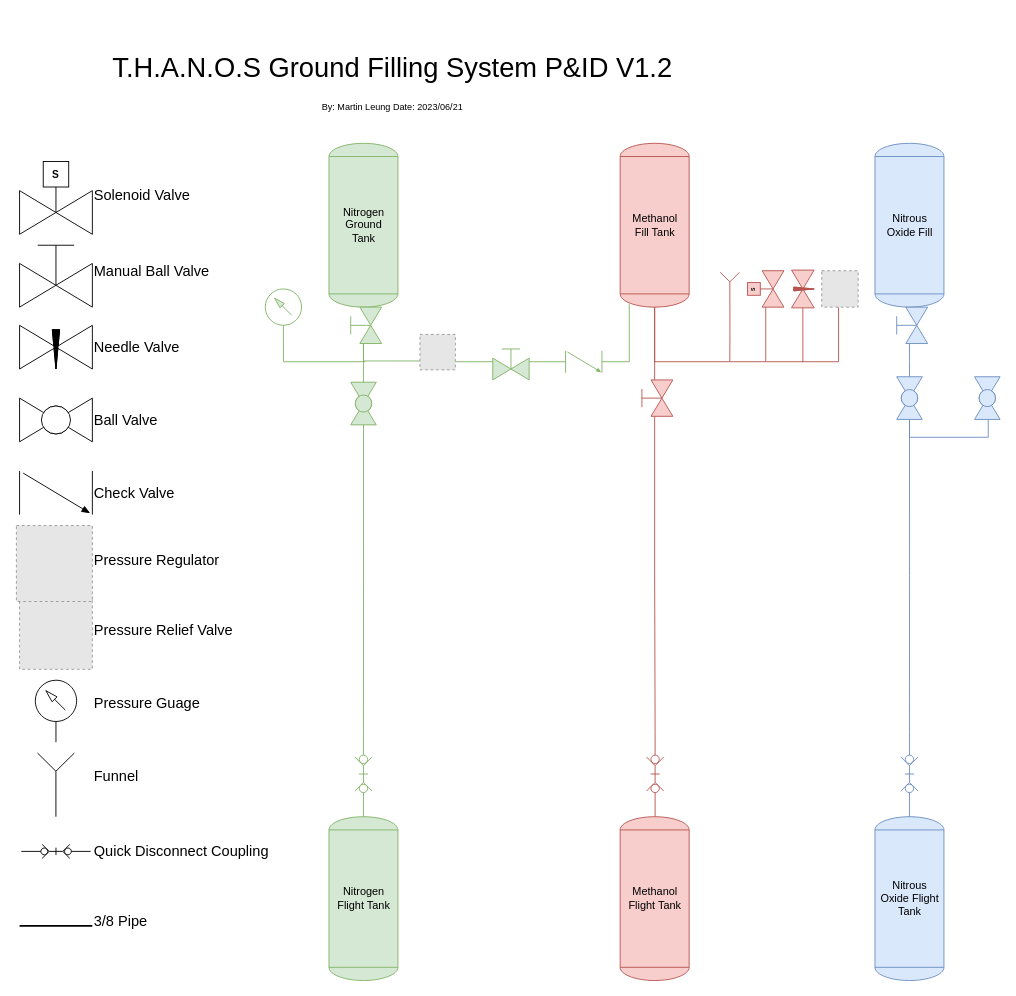
Above: GroundSystems.drawio in icl-rocketry/Propulsion-PIDs (draw.io), before the change. Source tidied: cells renumbered, new cells numbered last; positions are measured from the earlier drawing's top-left corner, leaving out a move shared by most shapes. Both pictures are drawn from the tidied source at 91%, with x=0, y=0 at pixel (15, 43). Pictures stored in the file or linked from it are replaced by grey dashed boxes.
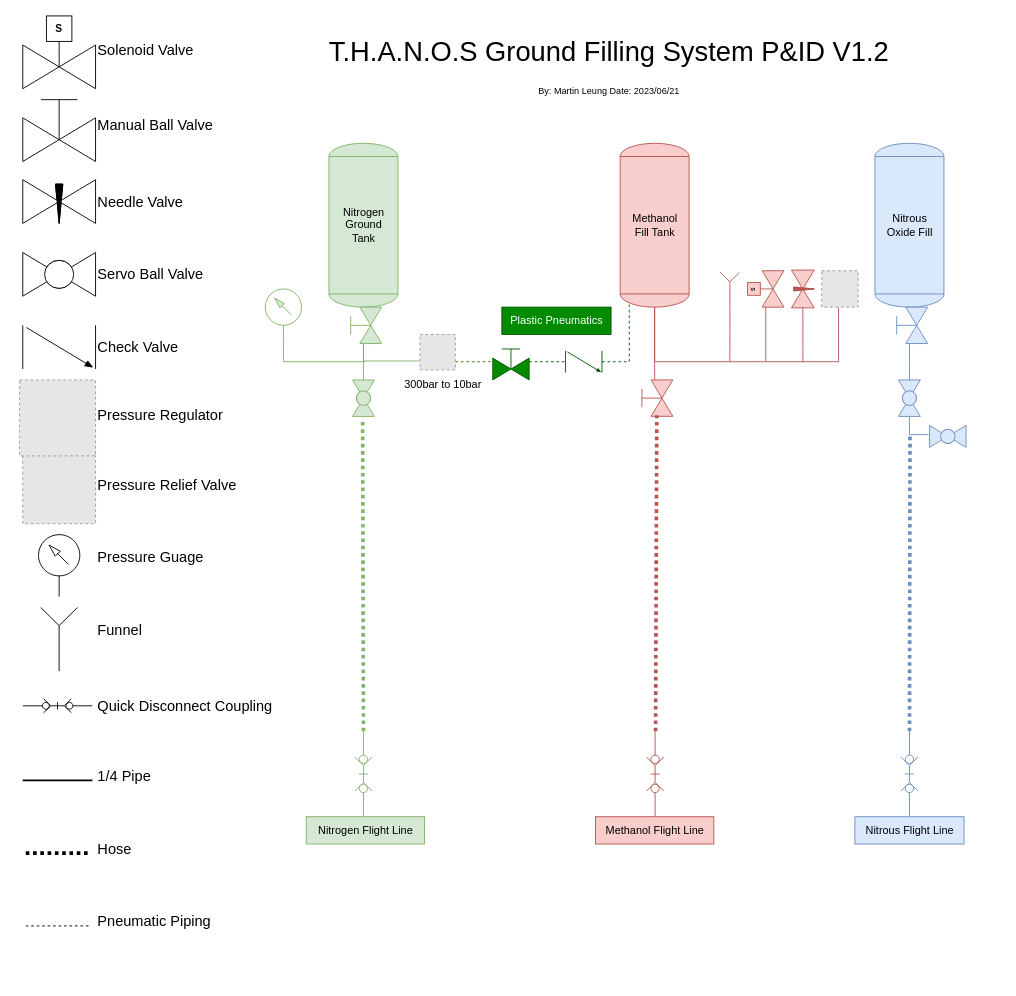
After the change.

The change refers to these unchanged cells:
```xml
<mxCell id="3" value="Methanol&lt;br&gt;Fill Tank" style="shape=mxgraph.pid.vessels.tank;html=1;align=center;verticalLabelPosition=middle;verticalAlign=middle;dashed=0;labelPosition=center;fillColor=#f8cecc;strokeColor=#b85450;" parent="1" vertex="1">
  <mxGeometry x="664" y="110" width="75.8" height="180" as="geometry" />
</mxCell>
<mxCell id="13" style="verticalLabelPosition=bottom;align=center;html=1;verticalAlign=top;dashed=0;shape=mxgraph.pid2valves.valve;valveType=gate;actuator=man;rotation=-90;fillColor=#d5e8d4;strokeColor=#82b366;" parent="1" vertex="1">
  <mxGeometry x="361.9" y="290" width="40" height="40" as="geometry" />
</mxCell>
<mxCell id="21" style="verticalLabelPosition=bottom;align=center;html=1;verticalAlign=top;dashed=0;shape=mxgraph.pid2valves.valve;valveType=gate;actuator=man;rotation=-90;fillColor=#f8cecc;strokeColor=#b85450;" parent="1" vertex="1">
  <mxGeometry x="681.9" y="370" width="40" height="40" as="geometry" />
</mxCell>
<mxCell id="29" style="fillColor=#E6E6E6;strokeColor=#999999;dashed=1;verticalLabelPosition=bottom;labelBackgroundColor=default;verticalAlign=top;" parent="1" vertex="1">
  <mxGeometry x="444" y="320" width="38.9" height="38.9" as="geometry" />
</mxCell>
<mxCell id="43" style="verticalLabelPosition=bottom;html=1;verticalAlign=top;fillColor=#d5e8d4;align=center;outlineConnect=0;shape=mxgraph.fluid_power.x11740;points=[[0.5,0,0],[0.5,1,0]];strokeColor=#82b366;" parent="1" vertex="1">
  <mxGeometry x="372.4" y="756.2" width="19" height="93.8" as="geometry" />
</mxCell>
<mxCell id="44" style="verticalLabelPosition=bottom;html=1;verticalAlign=top;fillColor=#f8cecc;align=center;outlineConnect=0;shape=mxgraph.fluid_power.x11740;points=[[0.5,0,0],[0.5,1,0]];strokeColor=#b85450;" parent="1" vertex="1">
  <mxGeometry x="692.9" y="756.2" width="19" height="93.8" as="geometry" />
</mxCell>
<mxCell id="45" style="verticalLabelPosition=bottom;html=1;verticalAlign=top;fillColor=#dae8fc;align=center;outlineConnect=0;shape=mxgraph.fluid_power.x11740;points=[[0.5,0,0],[0.5,1,0]];strokeColor=#6c8ebf;" parent="1" vertex="1">
  <mxGeometry x="972.4" y="756.2" width="19" height="93.8" as="geometry" />
</mxCell>
```

Diff of the diagram source:
```diff
@@
     <mxCell id="5" style="verticalLabelPosition=bottom;align=center;html=1;verticalAlign=top;dashed=0;shape=mxgraph.pid2valves.valve;valveType=check;rotation=0;" parent="1" vertex="1">
-      <mxGeometry x="4" y="470" width="80" height="48" as="geometry" />
+      <mxGeometry x="7.5" y="310" width="80" height="48" as="geometry" />
     </mxCell>
     <mxCell id="6" style="verticalLabelPosition=bottom;align=center;html=1;verticalAlign=top;dashed=0;shape=mxgraph.pid2valves.valve;valveType=gate;actuator=solenoid;rotation=0;" parent="1" vertex="1">
-      <mxGeometry x="4" y="130" width="80" height="80" as="geometry" />
+      <mxGeometry x="7.5" y="-30" width="80" height="80" as="geometry" />
     </mxCell>
     <mxCell id="7" style="endArrow=none;html=1;rounded=0;strokeWidth=2;" parent="1" edge="1">
       <mxGeometry relative="1" as="geometry">
-        <mxPoint x="4" y="970" as="sourcePoint" />
-        <mxPoint x="84" y="970" as="targetPoint" />
+        <mxPoint x="7.5" y="810" as="sourcePoint" />
+        <mxPoint x="84" y="810" as="targetPoint" />
       </mxGeometry>
     </mxCell>
     <mxCell id="8" value="Solenoid Valve" style="text;html=1;align=left;verticalAlign=middle;fontSize=16;" parent="1" vertex="1">
-      <mxGeometry x="84" y="151.9" width="130" height="30" as="geometry" />
+      <mxGeometry x="87.5" y="-8.1" width="130" height="30" as="geometry" />
     </mxCell>
     <mxCell id="9" value="Pressure Regulator" style="text;html=1;align=left;verticalAlign=middle;fontSize=16;" parent="1" vertex="1">
-      <mxGeometry x="84" y="553" width="160" height="30" as="geometry" />
+      <mxGeometry x="87.5" y="393" width="160" height="30" as="geometry" />
     </mxCell>
     <mxCell id="10" value="T.H.A.N.O.S Ground Filling System P&amp;amp;ID V1.2&lt;br style=&quot;font-size: 12px;&quot;&gt;&lt;font size=&quot;1&quot;&gt;By: Martin Leung Date: 2023/06/21&lt;br&gt;&lt;/font&gt;" style="text;html=1;strokeColor=none;fillColor=none;align=center;verticalAlign=middle;whiteSpace=wrap;rounded=0;fontSize=30;" parent="1" vertex="1">
-      <mxGeometry x="94" width="640" height="90" as="geometry" />
+      <mxGeometry x="332.4" y="-18.1" width="640" height="90" as="geometry" />
     </mxCell>
@@
+    <mxCell id="16" style="edgeStyle=orthogonalEdgeStyle;rounded=0;jettySize=auto;html=1;entryX=0.999;entryY=0.498;entryDx=0;entryDy=0;entryPerimeter=0;fillColor=#d5e8d4;strokeColor=#82b366;endArrow=none;endFill=0;" parent="1" edge="1" source="13" target="18">
+      <mxGeometry relative="1" as="geometry" />
+    </mxCell>
@@
-    <mxCell id="14" style="edgeStyle=orthogonalEdgeStyle;rounded=0;jettySize=auto;html=1;entryX=0;entryY=0.5;entryDx=0;entryDy=0;entryPerimeter=0;endArrow=none;endFill=0;fillColor=#d5e8d4;strokeColor=#82b366;" parent="1" edge="1" source="15" target="23">
+    <mxCell id="14" style="edgeStyle=orthogonalEdgeStyle;rounded=0;jettySize=auto;html=1;entryX=0;entryY=0.5;entryDx=0;entryDy=0;entryPerimeter=0;endArrow=none;endFill=0;fillColor=#008a00;strokeColor=#005700;dashed=1;" parent="1" edge="1" source="15" target="23">
       <mxGeometry relative="1" as="geometry" />
     </mxCell>
-    <mxCell id="15" style="verticalLabelPosition=bottom;align=center;html=1;verticalAlign=top;dashed=0;shape=mxgraph.pid2valves.valve;valveType=gate;actuator=man;rotation=0;fillColor=#d5e8d4;strokeColor=#82b366;" parent="1" vertex="1">
+    <mxCell id="15" style="verticalLabelPosition=bottom;align=center;html=1;verticalAlign=top;dashed=0;shape=mxgraph.pid2valves.valve;valveType=gate;actuator=man;rotation=0;fillColor=#008a00;strokeColor=#005700;fontColor=#ffffff;" parent="1" vertex="1">
       <mxGeometry x="524" y="330" width="40" height="40" as="geometry" />
     </mxCell>
-    <mxCell id="16" style="edgeStyle=orthogonalEdgeStyle;rounded=0;jettySize=auto;html=1;entryX=-0.063;entryY=0.5;entryDx=0;entryDy=0;entryPerimeter=0;endArrow=none;endFill=0;fillColor=#d5e8d4;strokeColor=#82b366;" parent="1" edge="1" source="13" target="18">
-      <mxGeometry relative="1" as="geometry" />
-    </mxCell>
-    <mxCell id="17" style="edgeStyle=orthogonalEdgeStyle;rounded=0;jettySize=auto;html=1;entryX=0.5;entryY=0;entryDx=0;entryDy=0;entryPerimeter=0;fillColor=#d5e8d4;strokeColor=#82b366;endArrow=none;endFill=0;" parent="1" edge="1" source="18" target="43">
-      <mxGeometry relative="1" as="geometry" />
-    </mxCell>
     <mxCell id="18" style="verticalLabelPosition=bottom;align=center;html=1;verticalAlign=top;dashed=0;shape=mxgraph.pid2valves.valve;valveType=ball;rotation=-90;fillColor=#d5e8d4;strokeColor=#82b366;" parent="1" vertex="1">
-      <mxGeometry x="358.5" y="381.9" width="46.9" height="28.1" as="geometry" />
+      <mxGeometry x="361.9" y="378" width="40.1" height="24.1" as="geometry" />
     </mxCell>
@@
-    <mxCell id="20" style="edgeStyle=orthogonalEdgeStyle;rounded=0;jettySize=auto;html=1;entryX=0.5;entryY=0;entryDx=0;entryDy=0;entryPerimeter=0;endArrow=none;endFill=0;fillColor=#f8cecc;strokeColor=#b85450;" parent="1" edge="1" source="21" target="44">
-      <mxGeometry relative="1" as="geometry" />
-    </mxCell>
@@
-    <mxCell id="22" style="edgeStyle=orthogonalEdgeStyle;rounded=0;jettySize=auto;html=1;endArrow=none;endFill=0;entryX=0.127;entryY=0.979;entryDx=0;entryDy=0;entryPerimeter=0;fillColor=#d5e8d4;strokeColor=#82b366;" parent="1" edge="1" source="23" target="3">
+    <mxCell id="22" style="edgeStyle=orthogonalEdgeStyle;rounded=0;jettySize=auto;html=1;endArrow=none;endFill=0;entryX=0.127;entryY=0.979;entryDx=0;entryDy=0;entryPerimeter=0;fillColor=#008a00;strokeColor=#005700;dashed=1;" parent="1" edge="1" source="23" target="3">
       <mxGeometry relative="1" as="geometry">
         <Array as="points">
           <mxPoint x="674" y="350" />
           <mxPoint x="674" y="288" />
           <mxPoint x="674" y="288" />
         </Array>
       </mxGeometry>
     </mxCell>
-    <mxCell id="23" style="verticalLabelPosition=bottom;align=center;html=1;verticalAlign=top;dashed=0;shape=mxgraph.pid2valves.valve;valveType=check;rotation=0;fillColor=#d5e8d4;strokeColor=#82b366;" parent="1" vertex="1">
+    <mxCell id="23" style="verticalLabelPosition=bottom;align=center;html=1;verticalAlign=top;dashed=0;shape=mxgraph.pid2valves.valve;valveType=check;rotation=0;fillColor=#008a00;strokeColor=#005700;fontColor=#ffffff;" parent="1" vertex="1">
       <mxGeometry x="604" y="338" width="40" height="24" as="geometry" />
     </mxCell>
-    <mxCell id="24" value="Methanol&lt;br&gt;Flight Tank" style="shape=mxgraph.pid.vessels.tank;html=1;align=center;verticalLabelPosition=middle;verticalAlign=middle;dashed=0;labelPosition=center;fillColor=#f8cecc;strokeColor=#b85450;" parent="1" vertex="1">
-      <mxGeometry x="664" y="850" width="75.8" height="180" as="geometry" />
-    </mxCell>
-    <mxCell id="25" value="Nitrous&lt;br&gt;Oxide Flight&lt;br&gt;Tank" style="shape=mxgraph.pid.vessels.tank;html=1;align=center;verticalLabelPosition=middle;verticalAlign=middle;dashed=0;labelPosition=center;fillColor=#dae8fc;strokeColor=#6c8ebf;" parent="1" vertex="1">
-      <mxGeometry x="944" y="850" width="75.8" height="180" as="geometry" />
-    </mxCell>
-    <mxCell id="26" value="Nitrogen&lt;br&gt;Flight Tank" style="shape=mxgraph.pid.vessels.tank;html=1;align=center;verticalLabelPosition=middle;verticalAlign=middle;dashed=0;labelPosition=center;fillColor=#d5e8d4;strokeColor=#82b366;" parent="1" vertex="1">
-      <mxGeometry x="344" y="850" width="75.8" height="180" as="geometry" />
-    </mxCell>
@@
-    <mxCell id="28" style="edgeStyle=orthogonalEdgeStyle;rounded=0;jettySize=auto;html=1;endArrow=none;endFill=0;entryX=0;entryY=0.5;entryDx=0;entryDy=0;entryPerimeter=0;fillColor=#d5e8d4;strokeColor=#82b366;" parent="1" edge="1" source="29" target="15">
+    <mxCell id="28" style="edgeStyle=orthogonalEdgeStyle;rounded=0;jettySize=auto;html=1;endArrow=none;endFill=0;entryX=0;entryY=0.5;entryDx=0;entryDy=0;entryPerimeter=0;fillColor=#60a917;strokeColor=#2D7600;dashed=1;" parent="1" edge="1" source="29" target="15">
       <mxGeometry relative="1" as="geometry">
         <Array as="points">
           <mxPoint x="494" y="350" />
           <mxPoint x="494" y="350" />
         </Array>
       </mxGeometry>
     </mxCell>
@@
-    <mxCell id="40" style="edgeStyle=orthogonalEdgeStyle;rounded=0;jettySize=auto;html=1;endArrow=none;endFill=0;fillColor=#dae8fc;strokeColor=#6c8ebf;" parent="1" edge="1" source="42" target="45">
-      <mxGeometry relative="1" as="geometry" />
-    </mxCell>
-    <mxCell id="41" style="edgeStyle=orthogonalEdgeStyle;rounded=0;jettySize=auto;html=1;entryX=0.011;entryY=0.536;entryDx=0;entryDy=0;entryPerimeter=0;fillColor=#dae8fc;strokeColor=#6c8ebf;endArrow=none;endFill=0;" parent="1" edge="1" source="42" target="63">
-      <mxGeometry relative="1" as="geometry">
-        <Array as="points">
-          <mxPoint x="982" y="433" />
-          <mxPoint x="1068" y="433" />
-        </Array>
-      </mxGeometry>
-    </mxCell>
+    <mxCell id="64" style="edgeStyle=orthogonalEdgeStyle;rounded=0;jettySize=auto;html=1;entryX=1.028;entryY=0.582;entryDx=0;entryDy=0;entryPerimeter=0;endArrow=none;endFill=0;fillColor=#dae8fc;strokeColor=#6c8ebf;" parent="1" edge="1" source="42" target="65">
+      <mxGeometry relative="1" as="geometry">
+        <Array as="points">
+          <mxPoint x="982" y="430" />
+        </Array>
+      </mxGeometry>
+    </mxCell>
     <mxCell id="42" style="verticalLabelPosition=bottom;align=center;html=1;verticalAlign=top;dashed=0;shape=mxgraph.pid2valves.valve;valveType=ball;rotation=-90;fillColor=#dae8fc;strokeColor=#6c8ebf;" parent="1" vertex="1">
-      <mxGeometry x="958.5" y="375.9" width="46.9" height="28.1" as="geometry" />
+      <mxGeometry x="961.8" y="378" width="40.1" height="24.1" as="geometry" />
     </mxCell>
@@
     <mxCell id="46" style="verticalLabelPosition=bottom;align=center;html=1;verticalAlign=top;dashed=0;shape=mxgraph.pid2valves.valve;valveType=gate;actuator=man;rotation=0;" parent="1" vertex="1">
-      <mxGeometry x="4" y="210" width="80" height="80" as="geometry" />
+      <mxGeometry x="7.5" y="50" width="80" height="80" as="geometry" />
     </mxCell>
     <mxCell id="47" style="verticalLabelPosition=bottom;html=1;verticalAlign=top;align=center;shape=mxgraph.fluid_power.x11820;rotation=0;" parent="1" vertex="1">
-      <mxGeometry x="21.3" y="700" width="45.4" height="68.1" as="geometry" />
+      <mxGeometry x="24.8" y="540" width="45.4" height="68.1" as="geometry" />
     </mxCell>
     <mxCell id="48" style="fillColor=#E6E6E6;strokeColor=#999999;dashed=1;verticalLabelPosition=bottom;labelBackgroundColor=default;verticalAlign=top;" parent="1" vertex="1">
-      <mxGeometry x="4" y="608" width="80" height="80" as="geometry" />
+      <mxGeometry x="7.5" y="448" width="80" height="80" as="geometry" />
     </mxCell>
     <mxCell id="49" style="verticalLabelPosition=bottom;align=center;html=1;verticalAlign=top;dashed=0;shape=mxgraph.pid2valves.valve;valveType=ball;rotation=0;" parent="1" vertex="1">
-      <mxGeometry x="4" y="390" width="80" height="48" as="geometry" />
+      <mxGeometry x="7.5" y="230" width="80" height="48" as="geometry" />
     </mxCell>
     <mxCell id="50" style="fillColor=#E6E6E6;strokeColor=#999999;dashed=1;verticalLabelPosition=bottom;labelBackgroundColor=default;verticalAlign=top;" parent="1" vertex="1">
-      <mxGeometry x="0.5" y="530" width="83.5" height="83.5" as="geometry" />
+      <mxGeometry x="4" y="370" width="83.5" height="83.5" as="geometry" />
     </mxCell>
     <mxCell id="51" style="verticalLabelPosition=bottom;html=1;verticalAlign=top;align=center;shape=mxgraph.fluid_power.x11740;rotation=90;" parent="1" vertex="1">
-      <mxGeometry x="36.3" y="850" width="15.4" height="76.2" as="geometry" />
+      <mxGeometry x="38" y="690" width="15.4" height="76.2" as="geometry" />
     </mxCell>
     <mxCell id="52" style="verticalLabelPosition=bottom;align=center;html=1;verticalAlign=top;dashed=0;shape=mxgraph.pid2valves.valve;valveType=needle;rotation=0;" parent="1" vertex="1">
-      <mxGeometry x="4" y="310" width="80" height="48" as="geometry" />
+      <mxGeometry x="7.5" y="150" width="80" height="48" as="geometry" />
     </mxCell>
-    <mxCell id="53" value="3/8 Pipe" style="text;html=1;align=left;verticalAlign=middle;fontSize=16;" parent="1" vertex="1">
-      <mxGeometry x="84" y="950" width="80" height="30" as="geometry" />
+    <mxCell id="53" value="1/4 Pipe" style="text;html=1;align=left;verticalAlign=middle;fontSize=16;" parent="1" vertex="1">
+      <mxGeometry x="87.5" y="790" width="80" height="30" as="geometry" />
     </mxCell>
     <mxCell id="54" value="Quick Disconnect Coupling" style="text;html=1;align=left;verticalAlign=middle;fontSize=16;" parent="1" vertex="1">
-      <mxGeometry x="84" y="873.1" width="220" height="30" as="geometry" />
+      <mxGeometry x="87.5" y="713.1" width="220" height="30" as="geometry" />
     </mxCell>
     <mxCell id="55" style="verticalLabelPosition=bottom;align=center;dashed=0;html=1;verticalAlign=top;shape=mxgraph.pid.fittings.funnel;" parent="1" vertex="1">
-      <mxGeometry x="23.7" y="780" width="40.5" height="70" as="geometry" />
+      <mxGeometry x="27.2" y="620" width="40.5" height="70" as="geometry" />
     </mxCell>
     <mxCell id="56" value="Funnel" style="text;html=1;align=left;verticalAlign=middle;fontSize=16;" parent="1" vertex="1">
-      <mxGeometry x="84" y="790" width="70" height="30" as="geometry" />
+      <mxGeometry x="87.5" y="630" width="70" height="30" as="geometry" />
     </mxCell>
     <mxCell id="57" value="Pressure Guage" style="text;html=1;align=left;verticalAlign=middle;fontSize=16;" parent="1" vertex="1">
-      <mxGeometry x="84" y="710" width="140" height="30" as="geometry" />
+      <mxGeometry x="87.5" y="550" width="140" height="30" as="geometry" />
     </mxCell>
     <mxCell id="58" value="Pressure Relief Valve" style="text;html=1;align=left;verticalAlign=middle;fontSize=16;" parent="1" vertex="1">
-      <mxGeometry x="84" y="630" width="180" height="30" as="geometry" />
+      <mxGeometry x="87.5" y="470" width="180" height="30" as="geometry" />
     </mxCell>
     <mxCell id="59" value="Check Valve" style="text;html=1;align=left;verticalAlign=middle;fontSize=16;" parent="1" vertex="1">
-      <mxGeometry x="84" y="479" width="110" height="30" as="geometry" />
+      <mxGeometry x="87.5" y="319" width="110" height="30" as="geometry" />
     </mxCell>
-    <mxCell id="60" value="Ball Valve" style="text;html=1;align=left;verticalAlign=middle;fontSize=16;" parent="1" vertex="1">
-      <mxGeometry x="84" y="399" width="90" height="30" as="geometry" />
+    <mxCell id="60" value="Servo Ball Valve" style="text;html=1;align=left;verticalAlign=middle;fontSize=16;" parent="1" vertex="1">
+      <mxGeometry x="87.5" y="239" width="140" height="30" as="geometry" />
     </mxCell>
     <mxCell id="61" value="Needle Valve" style="text;html=1;align=left;verticalAlign=middle;fontSize=16;" parent="1" vertex="1">
-      <mxGeometry x="84" y="319" width="120" height="30" as="geometry" />
+      <mxGeometry x="87.5" y="159" width="120" height="30" as="geometry" />
     </mxCell>
     <mxCell id="62" value="Manual Ball Valve" style="text;html=1;align=left;verticalAlign=middle;fontSize=16;" parent="1" vertex="1">
-      <mxGeometry x="84" y="235" width="150" height="30" as="geometry" />
+      <mxGeometry x="87.5" y="75" width="150" height="30" as="geometry" />
     </mxCell>
-    <mxCell id="63" style="verticalLabelPosition=bottom;align=center;html=1;verticalAlign=top;dashed=0;shape=mxgraph.pid2valves.valve;valveType=ball;rotation=-90;fillColor=#dae8fc;strokeColor=#6c8ebf;" parent="1" vertex="1">
-      <mxGeometry x="1044" y="375.9" width="46.9" height="28.1" as="geometry" />
-    </mxCell>
+    <mxCell id="65" style="verticalLabelPosition=bottom;align=center;html=1;verticalAlign=top;dashed=0;shape=mxgraph.pid2valves.valve;valveType=ball;rotation=-180;fillColor=#dae8fc;strokeColor=#6c8ebf;" parent="1" vertex="1">
+      <mxGeometry x="1004" y="420" width="40.1" height="24.1" as="geometry" />
+    </mxCell>
+    <mxCell id="66" value="300bar to 10bar" style="text;html=1;align=center;verticalAlign=middle;strokeColor=none;fillColor=none;" parent="1" vertex="1">
+      <mxGeometry x="414" y="360" width="110" height="30" as="geometry" />
+    </mxCell>
+    <mxCell id="67" value="Plastic Pneumatics" style="text;html=1;align=center;verticalAlign=middle;strokeColor=#005700;fillColor=#008a00;fontColor=#ffffff;" parent="1" vertex="1">
+      <mxGeometry x="534" y="290" width="120" height="30" as="geometry" />
+    </mxCell>
+    <mxCell id="68" value="Nitrogen Flight Line" style="text;html=1;align=center;verticalAlign=middle;strokeColor=#82b366;fillColor=#d5e8d4;" parent="1" vertex="1">
+      <mxGeometry x="319" y="850" width="130" height="30" as="geometry" />
+    </mxCell>
+    <mxCell id="69" value="Methanol Flight Line" style="text;html=1;align=center;verticalAlign=middle;strokeColor=#b85450;fillColor=#f8cecc;" parent="1" vertex="1">
+      <mxGeometry x="636.9" y="850" width="130" height="30" as="geometry" />
+    </mxCell>
+    <mxCell id="70" value="Nitrous Flight Line" style="text;html=1;align=center;verticalAlign=middle;strokeColor=#6c8ebf;fillColor=#dae8fc;" parent="1" vertex="1">
+      <mxGeometry x="921.9" y="850" width="120" height="30" as="geometry" />
+    </mxCell>
+    <mxCell id="71" style="endArrow=none;dashed=1;html=1;rounded=0;entryX=-0.132;entryY=0.461;entryDx=0;entryDy=0;entryPerimeter=0;exitX=0.5;exitY=0;exitDx=0;exitDy=0;exitPerimeter=0;strokeWidth=4;dashPattern=1 1;fillColor=#d5e8d4;strokeColor=#82b366;" parent="1" edge="1" source="43" target="18">
+      <mxGeometry relative="1" as="geometry" />
+    </mxCell>
+    <mxCell id="72" style="endArrow=none;dashed=1;html=1;rounded=0;entryX=0.029;entryY=0.559;entryDx=0;entryDy=0;entryPerimeter=0;exitX=0.5;exitY=0;exitDx=0;exitDy=0;exitPerimeter=0;strokeWidth=4;dashPattern=1 1;fillColor=#f8cecc;strokeColor=#b85450;" parent="1" edge="1" target="21">
+      <mxGeometry relative="1" as="geometry">
+        <mxPoint x="702.9" y="756.2" as="sourcePoint" />
+      </mxGeometry>
+    </mxCell>
+    <mxCell id="73" style="endArrow=none;dashed=1;html=1;rounded=0;strokeWidth=4;dashPattern=1 1;fillColor=#dae8fc;strokeColor=#6c8ebf;" parent="1" edge="1" source="45">
+      <mxGeometry relative="1" as="geometry">
+        <mxPoint x="982.5" y="430" as="targetPoint" />
+      </mxGeometry>
+    </mxCell>
+    <mxCell id="74" style="endArrow=none;dashed=1;html=1;rounded=0;strokeWidth=4;dashPattern=1 1;" parent="1" edge="1">
+      <mxGeometry relative="1" as="geometry">
+        <mxPoint x="10.8" y="890" as="sourcePoint" />
+        <mxPoint x="80.8" y="890" as="targetPoint" />
+      </mxGeometry>
+    </mxCell>
+    <mxCell id="75" value="Hose" style="text;html=1;align=left;verticalAlign=middle;fontSize=16;" parent="1" vertex="1">
+      <mxGeometry x="87.5" y="870" width="60" height="30" as="geometry" />
+    </mxCell>
+    <mxCell id="76" style="endArrow=none;dashed=1;html=1;rounded=0;strokeWidth=1;" parent="1" edge="1">
+      <mxGeometry relative="1" as="geometry">
+        <mxPoint x="10.8" y="970" as="sourcePoint" />
+        <mxPoint x="80.8" y="970" as="targetPoint" />
+      </mxGeometry>
+    </mxCell>
+    <mxCell id="77" value="Pneumatic Piping" style="text;html=1;align=left;verticalAlign=middle;fontSize=16;" parent="1" vertex="1">
+      <mxGeometry x="87.5" y="950" width="150" height="30" as="geometry" />
+    </mxCell>
```
